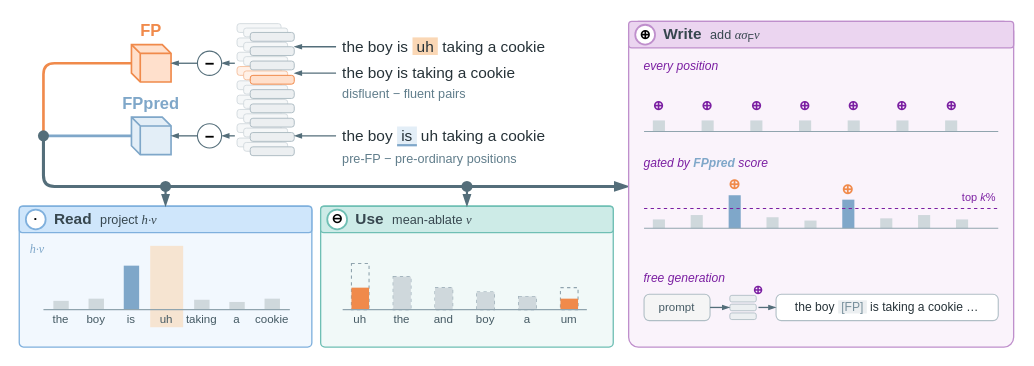
Before: figures/overview.drawio in toferyoung-wq/Tofer_Test, a draw.io diagram. Source tidied: cells renumbered, new cells numbered last; positions are measured from the earlier drawing's top-left corner, leaving out a move shared by most shapes. Both pictures are drawn from the tidied source at 110%, with x=0, y=0 at pixel (19, 19).
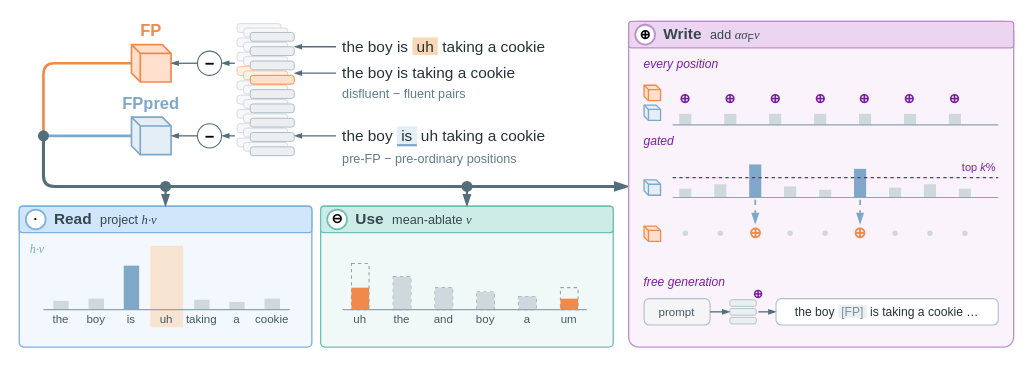
The same diagram, later.

Commit message (it also covers changes not shown here):
Overview figure: show FPpred gating graphically with mini direction cubes and trigger arrows

The edit, as a diff of the source:
```diff
@@
     <mxCell id="102" value="&lt;i&gt;every position&lt;/i&gt;" style="text;html=1;strokeColor=none;fillColor=none;whiteSpace=wrap;fontFamily=Helvetica;fontSize=11;fontColor=#7B1FA2;align=left;verticalAlign=middle;" parent="1" vertex="1">
-      <mxGeometry x="566" y="36" width="220" height="14" as="geometry" />
+      <mxGeometry x="566" y="34" width="160" height="14" as="geometry" />
     </mxCell>
-    <mxCell id="103" style="rounded=0;html=1;strokeColor=none;fillColor=#CFD8DC;" parent="1" vertex="1">
-      <mxGeometry x="576" y="92" width="11" height="10" as="geometry" />
+    <mxCell id="103" style="shape=cube;size=4;html=1;fillColor=#FFE0CC;strokeColor=#F08A4B;strokeWidth=1.2;" parent="1" vertex="1">
+      <mxGeometry x="568" y="60" width="15" height="14" as="geometry" />
     </mxCell>
-    <mxCell id="104" value="⊕" style="text;html=1;strokeColor=none;fillColor=none;whiteSpace=wrap;fontFamily=Helvetica;fontSize=12;fontColor=#7B1FA2;align=center;verticalAlign=middle;fontStyle=1;" parent="1" vertex="1">
-      <mxGeometry x="573" y="72" width="17" height="14" as="geometry" />
+    <mxCell id="104" style="shape=cube;size=4;html=1;fillColor=#E3EEF7;strokeColor=#7FA7C9;strokeWidth=1.2;" parent="1" vertex="1">
+      <mxGeometry x="568" y="78" width="15" height="14" as="geometry" />
     </mxCell>
     <mxCell id="105" style="rounded=0;html=1;strokeColor=none;fillColor=#CFD8DC;" parent="1" vertex="1">
-      <mxGeometry x="620.3" y="92" width="11" height="10" as="geometry" />
+      <mxGeometry x="600" y="86" width="11" height="10" as="geometry" />
     </mxCell>
     <mxCell id="106" value="⊕" style="text;html=1;strokeColor=none;fillColor=none;whiteSpace=wrap;fontFamily=Helvetica;fontSize=12;fontColor=#7B1FA2;align=center;verticalAlign=middle;fontStyle=1;" parent="1" vertex="1">
-      <mxGeometry x="617.3" y="72" width="17" height="14" as="geometry" />
+      <mxGeometry x="597" y="66" width="17" height="14" as="geometry" />
     </mxCell>
     <mxCell id="107" style="rounded=0;html=1;strokeColor=none;fillColor=#CFD8DC;" parent="1" vertex="1">
-      <mxGeometry x="664.6" y="92" width="11" height="10" as="geometry" />
+      <mxGeometry x="640.9" y="86" width="11" height="10" as="geometry" />
     </mxCell>
     <mxCell id="108" value="⊕" style="text;html=1;strokeColor=none;fillColor=none;whiteSpace=wrap;fontFamily=Helvetica;fontSize=12;fontColor=#7B1FA2;align=center;verticalAlign=middle;fontStyle=1;" parent="1" vertex="1">
-      <mxGeometry x="661.6" y="72" width="17" height="14" as="geometry" />
+      <mxGeometry x="637.9" y="66" width="17" height="14" as="geometry" />
     </mxCell>
     <mxCell id="109" style="rounded=0;html=1;strokeColor=none;fillColor=#CFD8DC;" parent="1" vertex="1">
-      <mxGeometry x="708.9" y="92" width="11" height="10" as="geometry" />
+      <mxGeometry x="681.7" y="86" width="11" height="10" as="geometry" />
     </mxCell>
     <mxCell id="110" value="⊕" style="text;html=1;strokeColor=none;fillColor=none;whiteSpace=wrap;fontFamily=Helvetica;fontSize=12;fontColor=#7B1FA2;align=center;verticalAlign=middle;fontStyle=1;" parent="1" vertex="1">
-      <mxGeometry x="705.9" y="72" width="17" height="14" as="geometry" />
+      <mxGeometry x="678.7" y="66" width="17" height="14" as="geometry" />
     </mxCell>
     <mxCell id="111" style="rounded=0;html=1;strokeColor=none;fillColor=#CFD8DC;" parent="1" vertex="1">
-      <mxGeometry x="753.1" y="92" width="11" height="10" as="geometry" />
+      <mxGeometry x="722.6" y="86" width="11" height="10" as="geometry" />
     </mxCell>
     <mxCell id="112" value="⊕" style="text;html=1;strokeColor=none;fillColor=none;whiteSpace=wrap;fontFamily=Helvetica;fontSize=12;fontColor=#7B1FA2;align=center;verticalAlign=middle;fontStyle=1;" parent="1" vertex="1">
-      <mxGeometry x="750.1" y="72" width="17" height="14" as="geometry" />
+      <mxGeometry x="719.6" y="66" width="17" height="14" as="geometry" />
     </mxCell>
     <mxCell id="113" style="rounded=0;html=1;strokeColor=none;fillColor=#CFD8DC;" parent="1" vertex="1">
-      <mxGeometry x="797.4" y="92" width="11" height="10" as="geometry" />
+      <mxGeometry x="763.4" y="86" width="11" height="10" as="geometry" />
     </mxCell>
     <mxCell id="114" value="⊕" style="text;html=1;strokeColor=none;fillColor=none;whiteSpace=wrap;fontFamily=Helvetica;fontSize=12;fontColor=#7B1FA2;align=center;verticalAlign=middle;fontStyle=1;" parent="1" vertex="1">
-      <mxGeometry x="794.4" y="72" width="17" height="14" as="geometry" />
+      <mxGeometry x="760.4" y="66" width="17" height="14" as="geometry" />
     </mxCell>
     <mxCell id="115" style="rounded=0;html=1;strokeColor=none;fillColor=#CFD8DC;" parent="1" vertex="1">
-      <mxGeometry x="841.7" y="92" width="11" height="10" as="geometry" />
+      <mxGeometry x="804.3" y="86" width="11" height="10" as="geometry" />
     </mxCell>
     <mxCell id="116" value="⊕" style="text;html=1;strokeColor=none;fillColor=none;whiteSpace=wrap;fontFamily=Helvetica;fontSize=12;fontColor=#7B1FA2;align=center;verticalAlign=middle;fontStyle=1;" parent="1" vertex="1">
-      <mxGeometry x="838.7" y="72" width="17" height="14" as="geometry" />
+      <mxGeometry x="801.3" y="66" width="17" height="14" as="geometry" />
     </mxCell>
-    <mxCell id="117" style="html=1;fontFamily=Helvetica;fontSize=10;endArrow=none;strokeColor=#90A4AE;strokeWidth=1;" parent="1" edge="1">
-      <mxGeometry relative="1" as="geometry">
-        <mxPoint x="568" y="102" as="sourcePoint" />
-        <mxPoint x="890" y="102" as="targetPoint" />
-      </mxGeometry>
+    <mxCell id="117" style="rounded=0;html=1;strokeColor=none;fillColor=#CFD8DC;" parent="1" vertex="1">
+      <mxGeometry x="845.1" y="86" width="11" height="10" as="geometry" />
     </mxCell>
-    <mxCell id="118" value="&lt;i&gt;gated by &lt;b&gt;&lt;font color='#7FA7C9'&gt;FPpred&lt;/font&gt;&lt;/b&gt; score&lt;/i&gt;" style="text;html=1;strokeColor=none;fillColor=none;whiteSpace=wrap;fontFamily=Helvetica;fontSize=11;fontColor=#7B1FA2;align=left;verticalAlign=middle;" parent="1" vertex="1">
-      <mxGeometry x="566" y="124" width="220" height="14" as="geometry" />
+    <mxCell id="118" value="⊕" style="text;html=1;strokeColor=none;fillColor=none;whiteSpace=wrap;fontFamily=Helvetica;fontSize=12;fontColor=#7B1FA2;align=center;verticalAlign=middle;fontStyle=1;" parent="1" vertex="1">
+      <mxGeometry x="842.1" y="66" width="17" height="14" as="geometry" />
     </mxCell>
-    <mxCell id="119" style="rounded=0;html=1;strokeColor=none;fillColor=#CFD8DC;" parent="1" vertex="1">
-      <mxGeometry x="576" y="182" width="11" height="8" as="geometry" />
+    <mxCell id="119" style="html=1;fontFamily=Helvetica;fontSize=10;endArrow=none;strokeColor=#90A4AE;strokeWidth=1;" parent="1" edge="1">
+      <mxGeometry relative="1" as="geometry">
+        <mxPoint x="594" y="96" as="sourcePoint" />
+        <mxPoint x="890" y="96" as="targetPoint" />
+      </mxGeometry>
     </mxCell>
-    <mxCell id="120" style="rounded=0;html=1;strokeColor=none;fillColor=#CFD8DC;" parent="1" vertex="1">
-      <mxGeometry x="610.4" y="178" width="11" height="12" as="geometry" />
+    <mxCell id="120" value="&lt;i&gt;gated&lt;/i&gt;" style="text;html=1;strokeColor=none;fillColor=none;whiteSpace=wrap;fontFamily=Helvetica;fontSize=11;fontColor=#7B1FA2;align=left;verticalAlign=middle;" parent="1" vertex="1">
+      <mxGeometry x="566" y="104" width="160" height="14" as="geometry" />
     </mxCell>
-    <mxCell id="121" style="rounded=0;html=1;strokeColor=none;fillColor=#7FA7C9;" parent="1" vertex="1">
-      <mxGeometry x="644.9" y="160" width="11" height="30" as="geometry" />
+    <mxCell id="121" style="shape=cube;size=4;html=1;fillColor=#E3EEF7;strokeColor=#7FA7C9;strokeWidth=1.2;" parent="1" vertex="1">
+      <mxGeometry x="568" y="146" width="15" height="14" as="geometry" />
     </mxCell>
-    <mxCell id="122" value="⊕" style="text;html=1;strokeColor=none;fillColor=none;whiteSpace=wrap;fontFamily=Helvetica;fontSize=13;fontColor=#F08A4B;align=center;verticalAlign=middle;fontStyle=1;" parent="1" vertex="1">
-      <mxGeometry x="641.9" y="143" width="17" height="14" as="geometry" />
+    <mxCell id="122" style="shape=cube;size=4;html=1;fillColor=#FFE0CC;strokeColor=#F08A4B;strokeWidth=1.2;" parent="1" vertex="1">
+      <mxGeometry x="568" y="188" width="15" height="14" as="geometry" />
     </mxCell>
     <mxCell id="123" style="rounded=0;html=1;strokeColor=none;fillColor=#CFD8DC;" parent="1" vertex="1">
-      <mxGeometry x="679.3" y="180" width="11" height="10" as="geometry" />
+      <mxGeometry x="600" y="154" width="11" height="8" as="geometry" />
     </mxCell>
-    <mxCell id="124" style="rounded=0;html=1;strokeColor=none;fillColor=#CFD8DC;" parent="1" vertex="1">
-      <mxGeometry x="713.8" y="183" width="11" height="7" as="geometry" />
+    <mxCell id="124" style="ellipse;html=1;fillColor=#CFD8DC;strokeColor=none;" parent="1" vertex="1">
+      <mxGeometry x="603" y="192" width="5" height="5" as="geometry" />
     </mxCell>
-    <mxCell id="125" style="rounded=0;html=1;strokeColor=none;fillColor=#7FA7C9;" parent="1" vertex="1">
-      <mxGeometry x="748.2" y="164" width="11" height="26" as="geometry" />
+    <mxCell id="125" style="rounded=0;html=1;strokeColor=none;fillColor=#CFD8DC;" parent="1" vertex="1">
+      <mxGeometry x="631.8" y="150" width="11" height="12" as="geometry" />
     </mxCell>
-    <mxCell id="126" value="⊕" style="text;html=1;strokeColor=none;fillColor=none;whiteSpace=wrap;fontFamily=Helvetica;fontSize=13;fontColor=#F08A4B;align=center;verticalAlign=middle;fontStyle=1;" parent="1" vertex="1">
-      <mxGeometry x="745.2" y="147" width="17" height="14" as="geometry" />
+    <mxCell id="126" style="ellipse;html=1;fillColor=#CFD8DC;strokeColor=none;" parent="1" vertex="1">
+      <mxGeometry x="634.8" y="192" width="5" height="5" as="geometry" />
     </mxCell>
-    <mxCell id="127" style="rounded=0;html=1;strokeColor=none;fillColor=#CFD8DC;" parent="1" vertex="1">
-      <mxGeometry x="782.7" y="181" width="11" height="9" as="geometry" />
+    <mxCell id="127" style="rounded=0;html=1;strokeColor=none;fillColor=#7FA7C9;" parent="1" vertex="1">
+      <mxGeometry x="663.6" y="132" width="11" height="30" as="geometry" />
     </mxCell>
-    <mxCell id="128" style="rounded=0;html=1;strokeColor=none;fillColor=#CFD8DC;" parent="1" vertex="1">
-      <mxGeometry x="817.1" y="178" width="11" height="12" as="geometry" />
+    <mxCell id="128" style="html=1;fontFamily=Helvetica;fontSize=10;endArrow=blockThin;endFill=1;dashed=1;strokeColor=#7FA7C9;strokeWidth=1.6;" parent="1" edge="1">
+      <mxGeometry relative="1" as="geometry">
+        <mxPoint x="669.1" y="164" as="sourcePoint" />
+        <mxPoint x="669.1" y="186" as="targetPoint" />
+      </mxGeometry>
     </mxCell>
-    <mxCell id="129" style="rounded=0;html=1;strokeColor=none;fillColor=#CFD8DC;" parent="1" vertex="1">
-      <mxGeometry x="851.6" y="182" width="11" height="8" as="geometry" />
+    <mxCell id="129" value="⊕" style="text;html=1;strokeColor=none;fillColor=none;whiteSpace=wrap;fontFamily=Helvetica;fontSize=14;fontColor=#F08A4B;align=center;verticalAlign=middle;fontStyle=1;" parent="1" vertex="1">
+      <mxGeometry x="660.6" y="186" width="17" height="16" as="geometry" />
     </mxCell>
-    <mxCell id="130" style="html=1;fontFamily=Helvetica;fontSize=10;endArrow=none;strokeColor=#90A4AE;strokeWidth=1;" parent="1" edge="1">
-      <mxGeometry relative="1" as="geometry">
-        <mxPoint x="568" y="190" as="sourcePoint" />
-        <mxPoint x="890" y="190" as="targetPoint" />
-      </mxGeometry>
+    <mxCell id="130" style="rounded=0;html=1;strokeColor=none;fillColor=#CFD8DC;" parent="1" vertex="1">
+      <mxGeometry x="695.3" y="152" width="11" height="10" as="geometry" />
     </mxCell>
-    <mxCell id="131" style="html=1;fontFamily=Helvetica;fontSize=10;endArrow=none;dashed=1;strokeColor=#7B1FA2;strokeWidth=1;" parent="1" edge="1">
-      <mxGeometry relative="1" as="geometry">
-        <mxPoint x="568" y="172" as="sourcePoint" />
-        <mxPoint x="890" y="172" as="targetPoint" />
-      </mxGeometry>
+    <mxCell id="131" style="ellipse;html=1;fillColor=#CFD8DC;strokeColor=none;" parent="1" vertex="1">
+      <mxGeometry x="698.3" y="192" width="5" height="5" as="geometry" />
     </mxCell>
-    <mxCell id="132" value="top &lt;i&gt;k&lt;/i&gt;%" style="text;html=1;strokeColor=none;fillColor=none;whiteSpace=wrap;fontFamily=Helvetica;fontSize=10;fontColor=#7B1FA2;align=right;verticalAlign=middle;" parent="1" vertex="1">
-      <mxGeometry x="844" y="156" width="46" height="12" as="geometry" />
+    <mxCell id="132" style="rounded=0;html=1;strokeColor=none;fillColor=#CFD8DC;" parent="1" vertex="1">
+      <mxGeometry x="727.1" y="155" width="11" height="7" as="geometry" />
     </mxCell>
-    <mxCell id="133" value="&lt;i&gt;free generation&lt;/i&gt;" style="text;html=1;strokeColor=none;fillColor=none;whiteSpace=wrap;fontFamily=Helvetica;fontSize=11;fontColor=#7B1FA2;align=left;verticalAlign=middle;" parent="1" vertex="1">
-      <mxGeometry x="566" y="228" width="160" height="14" as="geometry" />
+    <mxCell id="133" style="ellipse;html=1;fillColor=#CFD8DC;strokeColor=none;" parent="1" vertex="1">
+      <mxGeometry x="730.1" y="192" width="5" height="5" as="geometry" />
     </mxCell>
-    <mxCell id="134" value="prompt" style="rounded=1;arcSize=20;html=1;fillColor=#F5F5F5;strokeColor=#B0BEC5;fontSize=10.5;fontColor=#455A64;whiteSpace=wrap;fontFamily=Helvetica;" parent="1" vertex="1">
-      <mxGeometry x="568" y="250" width="60" height="24" as="geometry" />
+    <mxCell id="134" style="rounded=0;html=1;strokeColor=none;fillColor=#7FA7C9;" parent="1" vertex="1">
+      <mxGeometry x="758.9" y="136" width="11" height="26" as="geometry" />
     </mxCell>
-    <mxCell id="135" style="rounded=1;arcSize=30;html=1;strokeWidth=0.8;fillColor=#ECEFF1;strokeColor=#B0BEC5;" parent="1" vertex="1">
-      <mxGeometry x="646" y="251" width="24" height="6" as="geometry" />
+    <mxCell id="135" style="html=1;fontFamily=Helvetica;fontSize=10;endArrow=blockThin;endFill=1;dashed=1;strokeColor=#7FA7C9;strokeWidth=1.6;" parent="1" edge="1">
+      <mxGeometry relative="1" as="geometry">
+        <mxPoint x="764.4" y="164" as="sourcePoint" />
+        <mxPoint x="764.4" y="186" as="targetPoint" />
+      </mxGeometry>
     </mxCell>
-    <mxCell id="136" style="rounded=1;arcSize=30;html=1;strokeWidth=0.8;fillColor=#ECEFF1;strokeColor=#B0BEC5;" parent="1" vertex="1">
-      <mxGeometry x="646" y="259" width="24" height="6" as="geometry" />
+    <mxCell id="136" value="⊕" style="text;html=1;strokeColor=none;fillColor=none;whiteSpace=wrap;fontFamily=Helvetica;fontSize=14;fontColor=#F08A4B;align=center;verticalAlign=middle;fontStyle=1;" parent="1" vertex="1">
+      <mxGeometry x="755.9" y="186" width="17" height="16" as="geometry" />
     </mxCell>
-    <mxCell id="137" style="rounded=1;arcSize=30;html=1;strokeWidth=0.8;fillColor=#ECEFF1;strokeColor=#B0BEC5;" parent="1" vertex="1">
-      <mxGeometry x="646" y="267" width="24" height="6" as="geometry" />
+    <mxCell id="137" style="rounded=0;html=1;strokeColor=none;fillColor=#CFD8DC;" parent="1" vertex="1">
+      <mxGeometry x="790.7" y="153" width="11" height="9" as="geometry" />
     </mxCell>
-    <mxCell id="138" value="⊕" style="text;html=1;strokeColor=none;fillColor=none;whiteSpace=wrap;fontFamily=Helvetica;fontSize=11;fontColor=#7B1FA2;align=center;verticalAlign=middle;fontStyle=1;" parent="1" vertex="1">
-      <mxGeometry x="664" y="240" width="16" height="12" as="geometry" />
+    <mxCell id="138" style="ellipse;html=1;fillColor=#CFD8DC;strokeColor=none;" parent="1" vertex="1">
+      <mxGeometry x="793.7" y="192" width="5" height="5" as="geometry" />
     </mxCell>
-    <mxCell id="139" style="html=1;fontFamily=Helvetica;fontSize=10;edgeStyle=none;rounded=0;strokeColor=#546E7A;strokeWidth=1.2;endArrow=blockThin;endFill=1;endSize=4;" parent="1" edge="1" source="134">
-      <mxGeometry relative="1" as="geometry">
-        <mxPoint x="646" y="262" as="targetPoint" />
-      </mxGeometry>
+    <mxCell id="139" style="rounded=0;html=1;strokeColor=none;fillColor=#CFD8DC;" parent="1" vertex="1">
+      <mxGeometry x="822.4" y="150" width="11" height="12" as="geometry" />
     </mxCell>
-    <mxCell id="140" value="the boy &lt;span style='background-color:#ECEFF1;color:#78909C'&gt;&amp;nbsp;[FP]&amp;nbsp;&lt;/span&gt; is taking a cookie …" style="rounded=1;arcSize=20;html=1;fillColor=#FFFFFF;strokeColor=#B0BEC5;fontSize=11;fontColor=#263238;whiteSpace=wrap;fontFamily=Helvetica;" parent="1" vertex="1">
-      <mxGeometry x="688" y="250" width="202" height="24" as="geometry" />
+    <mxCell id="140" style="ellipse;html=1;fillColor=#CFD8DC;strokeColor=none;" parent="1" vertex="1">
+      <mxGeometry x="825.4" y="192" width="5" height="5" as="geometry" />
     </mxCell>
-    <mxCell id="141" style="html=1;fontFamily=Helvetica;fontSize=10;edgeStyle=none;rounded=0;strokeColor=#546E7A;strokeWidth=1.2;endArrow=blockThin;endFill=1;endSize=4;" parent="1" edge="1" target="140">
-      <mxGeometry relative="1" as="geometry">
-        <mxPoint x="672" y="262" as="sourcePoint" />
-      </mxGeometry>
+    <mxCell id="141" style="rounded=0;html=1;strokeColor=none;fillColor=#CFD8DC;" parent="1" vertex="1">
+      <mxGeometry x="854.2" y="154" width="11" height="8" as="geometry" />
     </mxCell>
+    <mxCell id="142" style="ellipse;html=1;fillColor=#CFD8DC;strokeColor=none;" parent="1" vertex="1">
+      <mxGeometry x="857.2" y="192" width="5" height="5" as="geometry" />
+    </mxCell>
+    <mxCell id="143" style="html=1;fontFamily=Helvetica;fontSize=10;endArrow=none;strokeColor=#90A4AE;strokeWidth=1;" parent="1" edge="1">
+      <mxGeometry relative="1" as="geometry">
+        <mxPoint x="594" y="162" as="sourcePoint" />
+        <mxPoint x="890" y="162" as="targetPoint" />
+      </mxGeometry>
+    </mxCell>
+    <mxCell id="144" style="html=1;fontFamily=Helvetica;fontSize=10;endArrow=none;dashed=1;strokeColor=#7B1FA2;strokeWidth=1;" parent="1" edge="1">
+      <mxGeometry relative="1" as="geometry">
+        <mxPoint x="594" y="144" as="sourcePoint" />
+        <mxPoint x="890" y="144" as="targetPoint" />
+      </mxGeometry>
+    </mxCell>
+    <mxCell id="145" value="top &lt;i&gt;k&lt;/i&gt;%" style="text;html=1;strokeColor=none;fillColor=none;whiteSpace=wrap;fontFamily=Helvetica;fontSize=10;fontColor=#7B1FA2;align=right;verticalAlign=middle;" parent="1" vertex="1">
+      <mxGeometry x="844" y="128" width="46" height="12" as="geometry" />
+    </mxCell>
+    <mxCell id="146" value="&lt;i&gt;free generation&lt;/i&gt;" style="text;html=1;strokeColor=none;fillColor=none;whiteSpace=wrap;fontFamily=Helvetica;fontSize=11;fontColor=#7B1FA2;align=left;verticalAlign=middle;" parent="1" vertex="1">
+      <mxGeometry x="566" y="232" width="160" height="14" as="geometry" />
+    </mxCell>
+    <mxCell id="147" value="prompt" style="rounded=1;arcSize=20;html=1;fillColor=#F5F5F5;strokeColor=#B0BEC5;fontSize=10.5;fontColor=#455A64;whiteSpace=wrap;fontFamily=Helvetica;" parent="1" vertex="1">
+      <mxGeometry x="568" y="254" width="60" height="24" as="geometry" />
+    </mxCell>
+    <mxCell id="148" style="rounded=1;arcSize=30;html=1;strokeWidth=0.8;fillColor=#ECEFF1;strokeColor=#B0BEC5;" parent="1" vertex="1">
+      <mxGeometry x="646" y="255" width="24" height="6" as="geometry" />
+    </mxCell>
+    <mxCell id="149" style="rounded=1;arcSize=30;html=1;strokeWidth=0.8;fillColor=#ECEFF1;strokeColor=#B0BEC5;" parent="1" vertex="1">
+      <mxGeometry x="646" y="263" width="24" height="6" as="geometry" />
+    </mxCell>
+    <mxCell id="150" style="rounded=1;arcSize=30;html=1;strokeWidth=0.8;fillColor=#ECEFF1;strokeColor=#B0BEC5;" parent="1" vertex="1">
+      <mxGeometry x="646" y="271" width="24" height="6" as="geometry" />
+    </mxCell>
+    <mxCell id="151" value="⊕" style="text;html=1;strokeColor=none;fillColor=none;whiteSpace=wrap;fontFamily=Helvetica;fontSize=11;fontColor=#7B1FA2;align=center;verticalAlign=middle;fontStyle=1;" parent="1" vertex="1">
+      <mxGeometry x="664" y="244" width="16" height="12" as="geometry" />
+    </mxCell>
+    <mxCell id="152" style="html=1;fontFamily=Helvetica;fontSize=10;edgeStyle=none;rounded=0;strokeColor=#546E7A;strokeWidth=1.2;endArrow=blockThin;endFill=1;endSize=4;" parent="1" edge="1" source="147">
+      <mxGeometry relative="1" as="geometry">
+        <mxPoint x="646" y="266" as="targetPoint" />
+      </mxGeometry>
+    </mxCell>
+    <mxCell id="153" value="the boy &lt;span style='background-color:#ECEFF1;color:#78909C'&gt;&amp;nbsp;[FP]&amp;nbsp;&lt;/span&gt; is taking a cookie …" style="rounded=1;arcSize=20;html=1;fillColor=#FFFFFF;strokeColor=#B0BEC5;fontSize=11;fontColor=#263238;whiteSpace=wrap;fontFamily=Helvetica;" parent="1" vertex="1">
+      <mxGeometry x="688" y="254" width="202" height="24" as="geometry" />
+    </mxCell>
+    <mxCell id="154" style="html=1;fontFamily=Helvetica;fontSize=10;edgeStyle=none;rounded=0;strokeColor=#546E7A;strokeWidth=1.2;endArrow=blockThin;endFill=1;endSize=4;" parent="1" edge="1" target="153">
+      <mxGeometry relative="1" as="geometry">
+        <mxPoint x="672" y="266" as="sourcePoint" />
+      </mxGeometry>
+    </mxCell>
```
